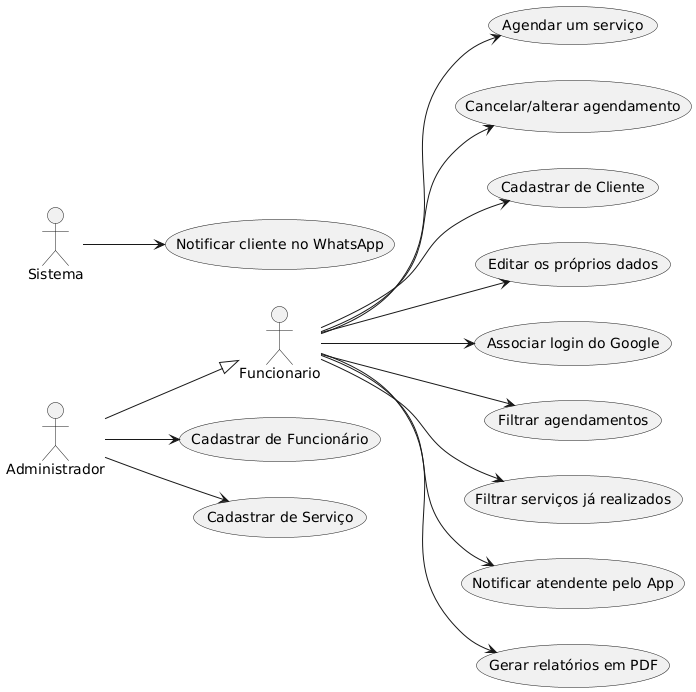
This is docs/img/DiagramaDeCasoDeUso.png from ICEI-PUCMinas-PSG-SI-TI/psg-ads-n-tiam-2025-2-tiam_grupo_1_salaodebeleza, a PlantUML export, as it was before one commit.
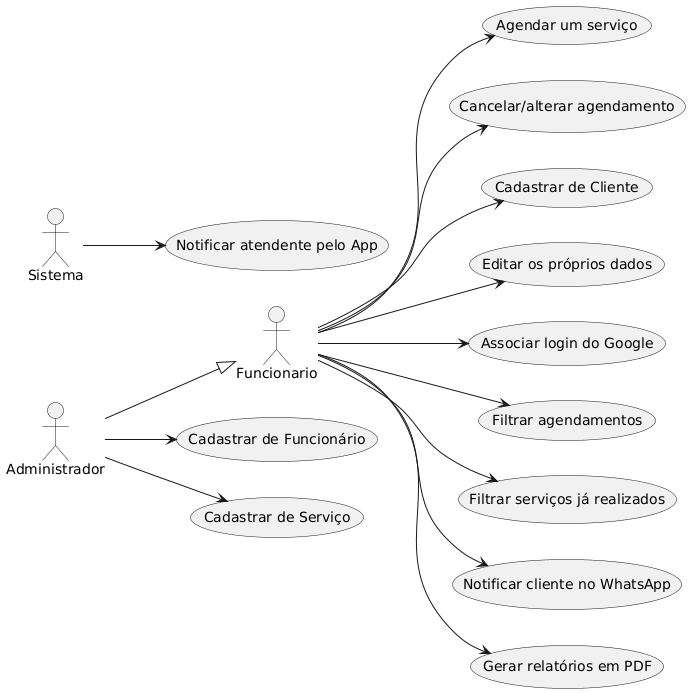
After the commit.

Diff of the diagram source:
```diff
@@ -26,11 +26,11 @@
 Funcionario --> UC7
 Funcionario --> UC8
 Funcionario --> UC9
-Funcionario --> UC10
+Funcionario --> UC11
 Funcionario --> UC12
 
 Administrador --> UC1
 Administrador --> UC2
 
-Sistema --> UC11
+Sistema --> UC10
 @enduml
```
